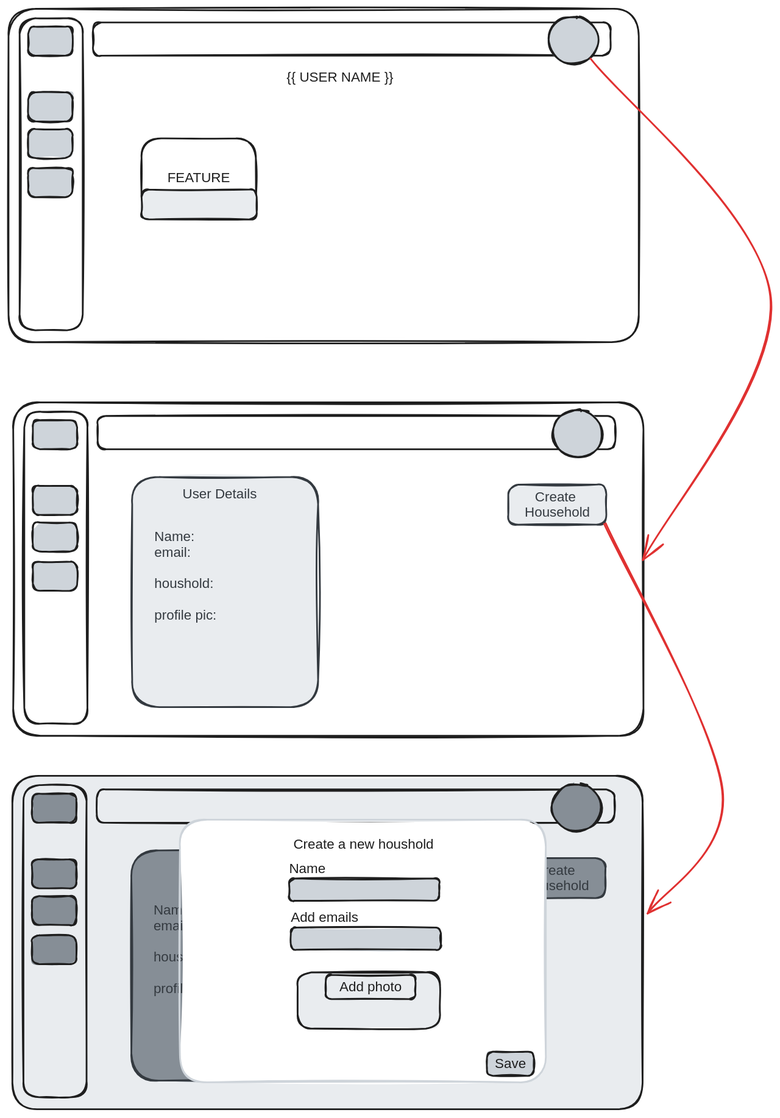
Above: docs/wireframes/household.excalidraw.svg in AliMcG/our-house-app (Excalidraw), before the change. Source tidied: one line per element, renumbered; positions are measured from the earlier drawing's top-left corner, leaving out a move shared by most shapes.
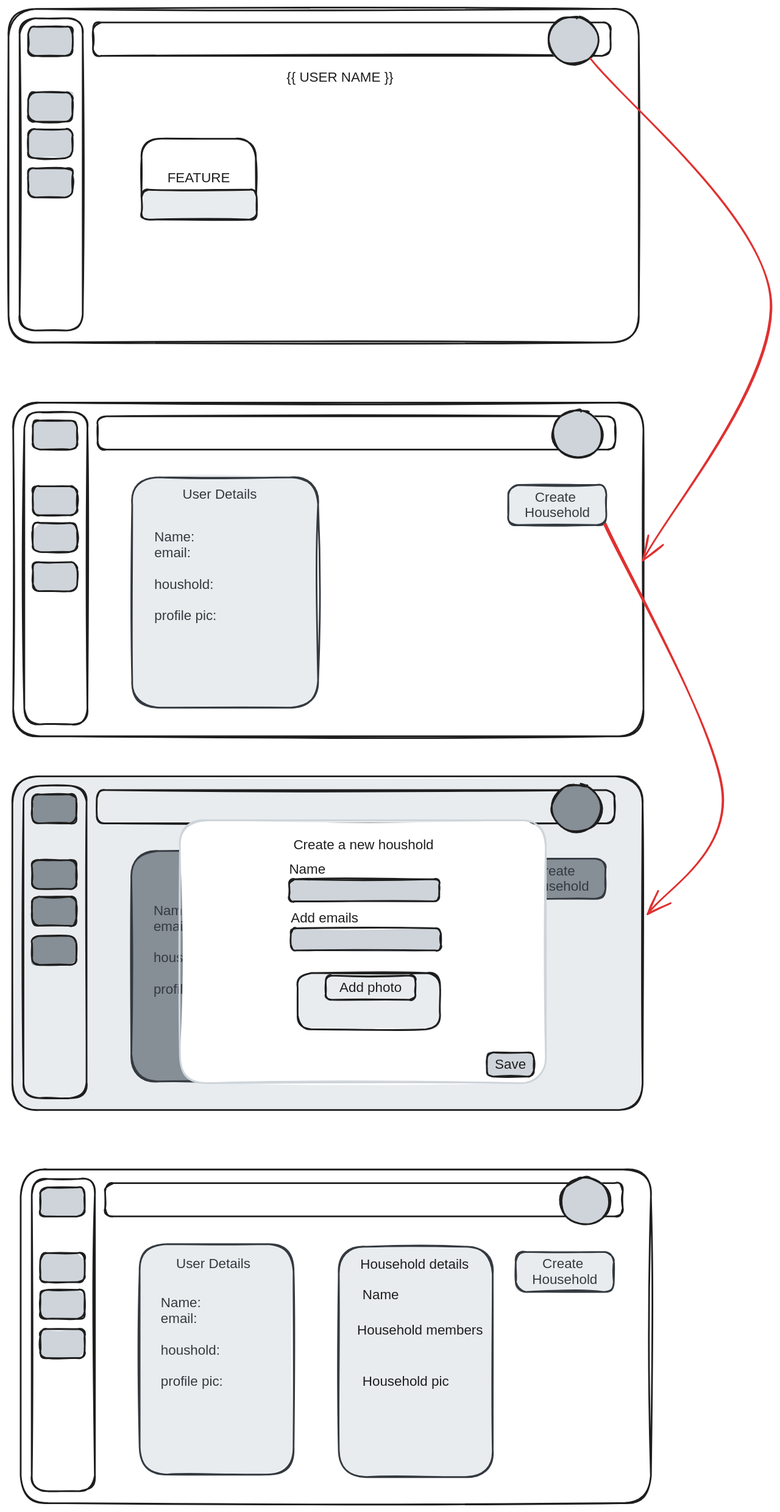
After the commit.

What changed in the source:
```diff
@@ -49,3 +49,21 @@
 {"id": 48, "type": "text", "text": "Add photo", "strokeColor": "#1e1e1e", "backgroundColor": "#e9ecef", "fillStyle": "solid", "strokeWidth": 2, "roughness": 1, "fontSize": 16, "fontFamily": 2, "textAlign": "center", "verticalAlign": "middle", "inside": 47, "x": 388, "y": 1138, "width": 73, "height": 18}
 {"id": 49, "type": "rectangle", "strokeColor": "#1e1e1e", "backgroundColor": "#ced4da", "fillStyle": "solid", "strokeWidth": 2, "roughness": 1, "round": true, "x": 331, "y": 1078, "width": 176, "height": 26}
 {"id": 50, "type": "text", "text": "Add emails", "strokeColor": "#1e1e1e", "backgroundColor": "#ced4da", "fillStyle": "solid", "strokeWidth": 2, "roughness": 1, "fontSize": 16, "fontFamily": 2, "x": 331, "y": 1056, "width": 79, "height": 18}
+{"id": 51, "type": "rectangle", "strokeColor": "#1e1e1e", "strokeWidth": 2, "roughness": 1, "round": true, "x": 14, "y": 1360, "width": 739, "height": 391}
+{"id": 52, "type": "rectangle", "strokeColor": "#1e1e1e", "strokeWidth": 2, "roughness": 1, "round": true, "x": 27, "y": 1371, "width": 74, "height": 366}
+{"id": 53, "type": "rectangle", "strokeColor": "#1e1e1e", "strokeWidth": 2, "roughness": 1, "round": true, "x": 113, "y": 1376, "width": 607, "height": 39}
+{"id": 54, "type": "ellipse", "strokeColor": "#1e1e1e", "backgroundColor": "#ced4da", "fillStyle": "solid", "strokeWidth": 2, "roughness": 1, "round": true, "x": 647, "y": 1369, "width": 58, "height": 56}
+{"id": 55, "type": "rectangle", "strokeColor": "#1e1e1e", "backgroundColor": "#ced4da", "fillStyle": "solid", "strokeWidth": 2, "roughness": 1, "round": true, "x": 37, "y": 1381, "width": 52, "height": 34}
+{"id": 56, "type": "rectangle", "strokeColor": "#1e1e1e", "backgroundColor": "#ced4da", "fillStyle": "solid", "strokeWidth": 2, "roughness": 1, "round": true, "x": 37, "y": 1458, "width": 52, "height": 34}
+{"id": 57, "type": "rectangle", "strokeColor": "#1e1e1e", "backgroundColor": "#ced4da", "fillStyle": "solid", "strokeWidth": 2, "roughness": 1, "round": true, "x": 37, "y": 1501, "width": 52, "height": 34}
+{"id": 58, "type": "rectangle", "strokeColor": "#1e1e1e", "backgroundColor": "#ced4da", "fillStyle": "solid", "strokeWidth": 2, "roughness": 1, "round": true, "x": 37, "y": 1547, "width": 52, "height": 34}
+{"id": 59, "type": "rectangle", "strokeColor": "#343a40", "backgroundColor": "#e9ecef", "fillStyle": "solid", "strokeWidth": 2, "roughness": 1, "round": true, "x": 154, "y": 1448, "width": 181, "height": 270}
+{"id": 60, "type": "text", "text": "User Details", "strokeColor": "#343a40", "backgroundColor": "#e9ecef", "fillStyle": "solid", "strokeWidth": 2, "roughness": 1, "fontSize": 16, "fontFamily": 2, "x": 196, "y": 1461, "width": 87, "height": 18}
+{"id": 61, "type": "text", "text": "Name:\nemail:\n\nhoushold:\n\nprofile pic:", "strokeColor": "#343a40", "backgroundColor": "#e9ecef", "fillStyle": "solid", "strokeWidth": 2, "roughness": 1, "fontSize": 16, "fontFamily": 2, "x": 178, "y": 1508, "width": 73, "height": 110}
+{"id": 62, "type": "rectangle", "strokeColor": "#343a40", "backgroundColor": "#e9ecef", "fillStyle": "solid", "strokeWidth": 2, "roughness": 1, "round": true, "x": 595, "y": 1457, "width": 115, "height": 47}
+{"id": 63, "type": "text", "text": "Create \nHousehold", "strokeColor": "#343a40", "backgroundColor": "#e9ecef", "fillStyle": "solid", "strokeWidth": 2, "roughness": 1, "fontSize": 16, "fontFamily": 2, "textAlign": "center", "verticalAlign": "middle", "inside": 62, "x": 614, "y": 1462, "width": 76, "height": 37}
+{"id": 64, "type": "rectangle", "strokeColor": "#343a40", "backgroundColor": "#e9ecef", "fillStyle": "solid", "strokeWidth": 2, "roughness": 1, "round": true, "x": 387, "y": 1451, "width": 181, "height": 270}
+{"id": 65, "type": "text", "text": "Household details", "strokeColor": "#1e1e1e", "strokeWidth": 2, "roughness": 1, "fontSize": 16, "fontFamily": 2, "x": 412, "y": 1462, "width": 127, "height": 18}
+{"id": 66, "type": "text", "text": "Name", "strokeColor": "#1e1e1e", "strokeWidth": 2, "roughness": 1, "fontSize": 16, "fontFamily": 2, "x": 415, "y": 1498, "width": 43, "height": 18}
+{"id": 67, "type": "text", "text": "Household members", "strokeColor": "#1e1e1e", "strokeWidth": 2, "roughness": 1, "fontSize": 16, "fontFamily": 2, "x": 409, "y": 1540, "width": 148, "height": 18}
+{"id": 68, "type": "text", "text": "Household pic", "strokeColor": "#1e1e1e", "strokeWidth": 2, "roughness": 1, "fontSize": 16, "fontFamily": 2, "x": 415, "y": 1600, "width": 101, "height": 18}
```
